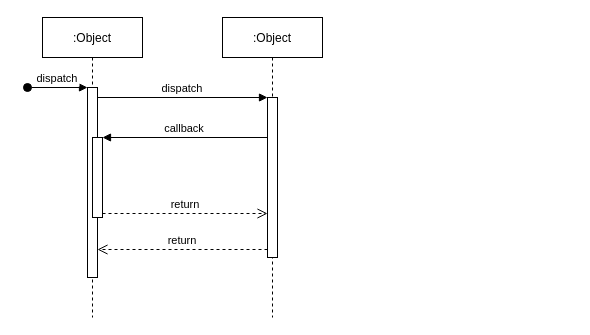
This is SeqDiagram.drawio from prajv/scriptpy, a draw.io file, before an edit. Source tidied: cells renumbered, new cells numbered last; positions are measured from the earlier drawing's top-left corner, leaving out a move shared by most shapes. Both pictures are drawn from the tidied source at 100%, with x=0, y=0 at pixel (27, 17).
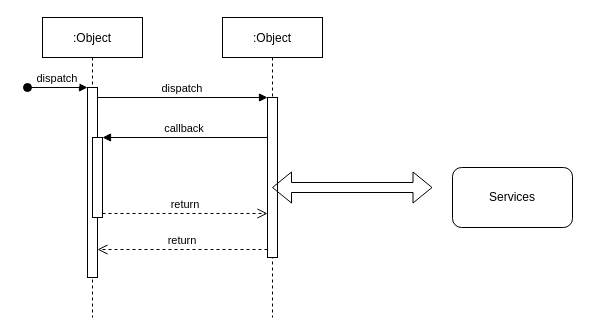
Above is the later version.

Change to the diagram source:
```diff
@@
 <mxGraphModel>
   <root>
     <mxCell id="0" />
     <mxCell id="1" parent="0" />
     <mxCell id="2" value=":Object" style="shape=umlLifeline;perimeter=lifelinePerimeter;rounded=0;shadow=0;strokeWidth=1;" parent="1" vertex="1">
       <mxGeometry x="15" width="100" height="300" as="geometry" />
     </mxCell>
     <mxCell id="3" style="points=[];perimeter=orthogonalPerimeter;rounded=0;shadow=0;strokeWidth=1;" parent="2" vertex="1">
       <mxGeometry x="45" y="70" width="10" height="190" as="geometry" />
     </mxCell>
     <mxCell id="4" value="dispatch" style="verticalAlign=bottom;startArrow=oval;endArrow=block;startSize=8;shadow=0;strokeWidth=1;" parent="2" edge="1" target="3">
       <mxGeometry relative="1" as="geometry">
         <mxPoint x="-15" y="70" as="sourcePoint" />
       </mxGeometry>
     </mxCell>
     <mxCell id="5" style="points=[];perimeter=orthogonalPerimeter;rounded=0;shadow=0;strokeWidth=1;" parent="2" vertex="1">
       <mxGeometry x="50" y="120" width="10" height="80" as="geometry" />
     </mxCell>
     <mxCell id="6" value=":Object" style="shape=umlLifeline;perimeter=lifelinePerimeter;rounded=0;shadow=0;strokeWidth=1;" parent="1" vertex="1">
       <mxGeometry x="195" width="100" height="300" as="geometry" />
     </mxCell>
     <mxCell id="7" style="points=[];perimeter=orthogonalPerimeter;rounded=0;shadow=0;strokeWidth=1;" parent="6" vertex="1">
       <mxGeometry x="45" y="80" width="10" height="160" as="geometry" />
     </mxCell>
     <mxCell id="8" value="return" style="verticalAlign=bottom;endArrow=open;dashed=1;endSize=8;exitX=0;exitY=0.95;shadow=0;strokeWidth=1;" parent="1" edge="1" source="7" target="3">
       <mxGeometry relative="1" as="geometry" />
     </mxCell>
     <mxCell id="9" value="dispatch" style="verticalAlign=bottom;endArrow=block;entryX=0;entryY=0;shadow=0;strokeWidth=1;" parent="1" edge="1" source="3" target="7">
       <mxGeometry relative="1" as="geometry" />
     </mxCell>
     <mxCell id="10" value="callback" style="verticalAlign=bottom;endArrow=block;entryX=1;entryY=0;shadow=0;strokeWidth=1;" parent="1" edge="1" source="7" target="5">
       <mxGeometry relative="1" as="geometry" />
     </mxCell>
     <mxCell id="11" value="return" style="verticalAlign=bottom;endArrow=open;dashed=1;endSize=8;exitX=1;exitY=0.95;shadow=0;strokeWidth=1;" parent="1" edge="1" source="5" target="7">
       <mxGeometry relative="1" as="geometry" />
     </mxCell>
+    <mxCell id="12" value="Services" style="rounded=1;whiteSpace=wrap;html=1;" parent="1" vertex="1">
+      <mxGeometry x="425" y="150" width="120" height="60" as="geometry" />
+    </mxCell>
+    <mxCell id="13" style="shape=flexArrow;endArrow=classic;startArrow=classic;html=1;rounded=0;" parent="1" edge="1" source="6">
+      <mxGeometry relative="1" as="geometry">
+        <mxPoint x="405" y="170" as="targetPoint" />
+      </mxGeometry>
+    </mxCell>
   </root>
 </mxGraphModel>
```
